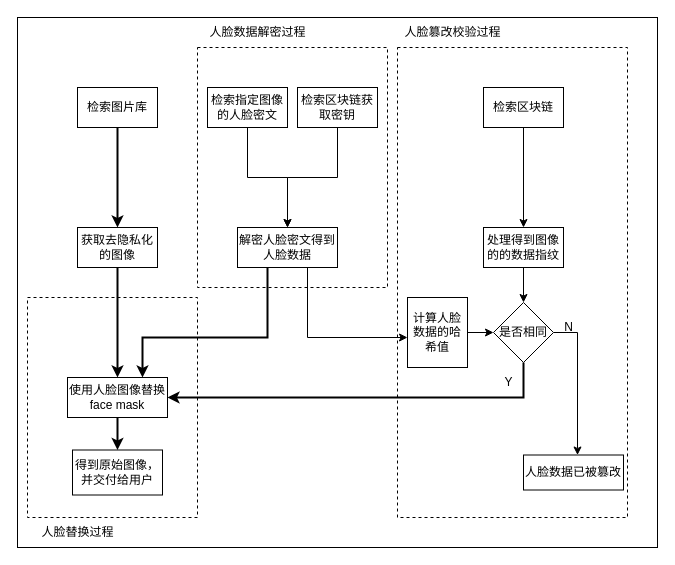
Earlier version of the draw.io diagram page "反向过程" (2 of 6) of face-chain/facechain.drawio (FadingLight9291117/draw.io). Source tidied: cells renumbered, new cells numbered last; positions are measured from the earlier drawing's top-left corner, leaving out a move shared by most shapes. Both pictures are drawn from the tidied source at 100%, with x=0, y=0 at pixel (17, 17).
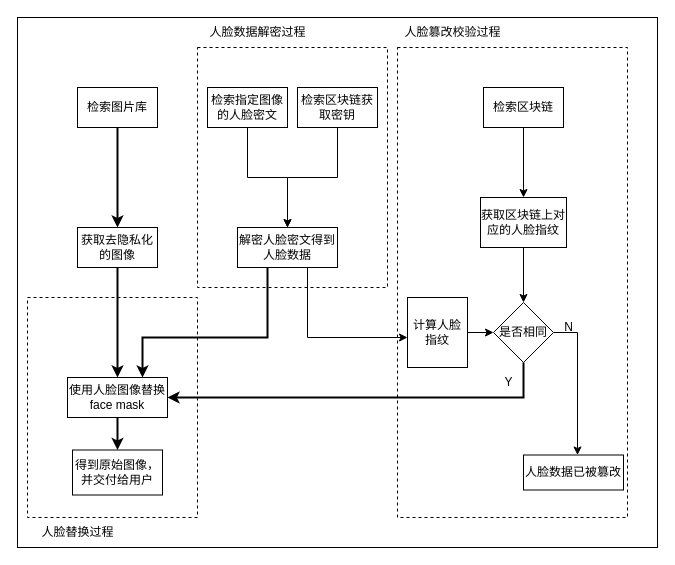
The same page after the edit.

What changed in the source:
```diff
@@
-    <mxCell id="23" value="计算人脸数据的哈希值" style="rounded=0;whiteSpace=wrap;html=1;fillColor=default;" parent="1" vertex="1">
+    <mxCell id="23" value="计算人脸指纹" style="rounded=0;whiteSpace=wrap;html=1;fillColor=default;" parent="1" vertex="1">
       <mxGeometry x="390" y="280" width="60" height="70" as="geometry" />
     </mxCell>
@@
-    <mxCell id="25" value="处理得到图像的的数据指纹" style="rounded=0;whiteSpace=wrap;html=1;fillColor=default;" parent="1" vertex="1">
-      <mxGeometry x="466" y="210" width="80" height="40" as="geometry" />
+    <mxCell id="25" value="获取区块链上对应的人脸指纹" style="rounded=0;whiteSpace=wrap;html=1;fillColor=default;" parent="1" vertex="1">
+      <mxGeometry x="463" y="180" width="86" height="50" as="geometry" />
     </mxCell>
```
